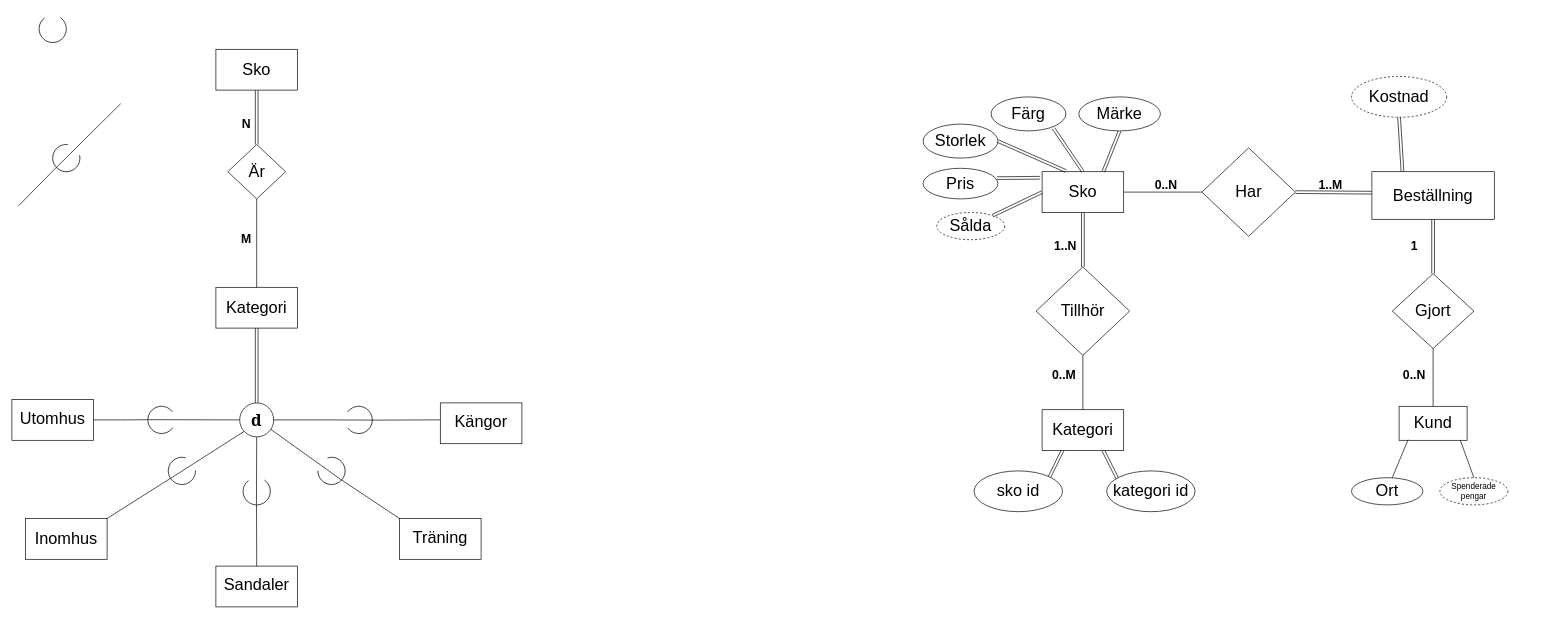
Before: Untitled Diagram.drawio in Sondaicus/Databasteknik-uppgift-1, a draw.io diagram. Source tidied: cells renumbered, new cells numbered last; positions are measured from the earlier drawing's top-left corner, leaving out a move shared by most shapes. Both pictures are drawn from the tidied source at 68%, with x=0, y=0 at pixel (12, 15).
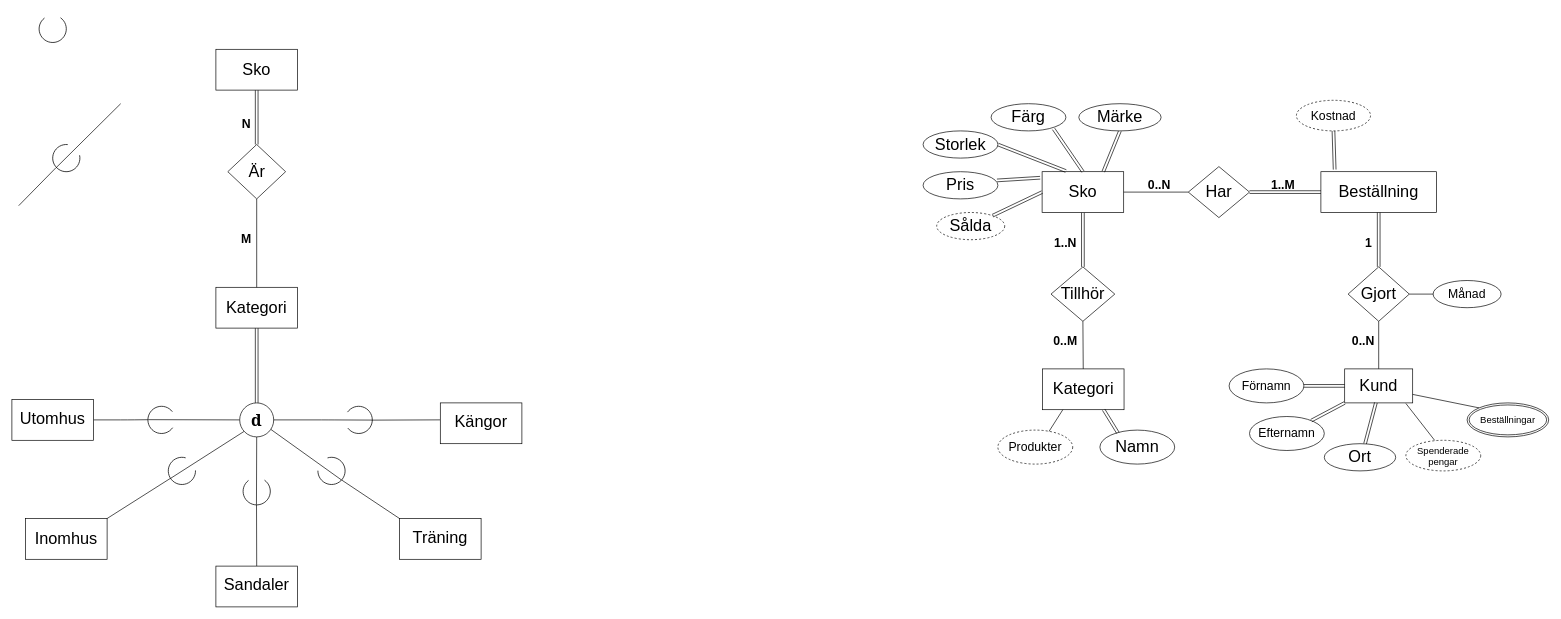
Above is the later version.

Change to the diagram source:
```diff
@@
     <mxCell id="37" value="&lt;font style=&quot;font-size: 24px&quot;&gt;Tillhör&lt;/font&gt;" style="rhombus;whiteSpace=wrap;html=1;" parent="1" vertex="1">
-      <mxGeometry x="1506.2" y="370" width="137.5" height="130" as="geometry" />
+      <mxGeometry x="1528.1" y="370" width="93.8" height="80" as="geometry" />
     </mxCell>
-    <mxCell id="38" style="edgeStyle=none;shape=link;rounded=0;jettySize=auto;html=1;exitX=0.75;exitY=1;exitDx=0;exitDy=0;entryX=0.154;entryY=0.333;entryDx=0;entryDy=0;entryPerimeter=0;" parent="1" edge="1" source="39" target="53">
-      <mxGeometry relative="1" as="geometry" />
-    </mxCell>
     <mxCell id="39" value="&lt;font style=&quot;font-size: 24px&quot;&gt;Kategori&lt;/font&gt;" style="rounded=0;whiteSpace=wrap;html=1;" parent="1" vertex="1">
-      <mxGeometry x="1515" y="580" width="120" height="60" as="geometry" />
+      <mxGeometry x="1515.5" y="520" width="120" height="60" as="geometry" />
     </mxCell>
@@
     <mxCell id="41" value="&lt;font style=&quot;font-size: 18px&quot;&gt;&lt;b&gt;1..N&lt;/b&gt;&lt;/font&gt;" style="text;html=1;strokeColor=none;fillColor=none;align=center;verticalAlign=middle;whiteSpace=wrap;rounded=0;" parent="1" vertex="1">
-      <mxGeometry x="1530" y="330" width="39" height="20" as="geometry" />
+      <mxGeometry x="1530" y="325" width="39" height="20" as="geometry" />
     </mxCell>
     <mxCell id="42" value="&lt;font style=&quot;font-size: 18px&quot;&gt;&lt;b&gt;0..M&lt;/b&gt;&lt;/font&gt;" style="text;html=1;strokeColor=none;fillColor=none;align=center;verticalAlign=middle;whiteSpace=wrap;rounded=0;" parent="1" vertex="1">
-      <mxGeometry x="1520" y="520" width="55" height="20" as="geometry" />
+      <mxGeometry x="1522" y="470" width="55" height="20" as="geometry" />
     </mxCell>
@@
     <mxCell id="44" value="&lt;font style=&quot;font-size: 24px&quot;&gt;Pris&lt;/font&gt;" style="ellipse;whiteSpace=wrap;html=1;" parent="1" vertex="1">
-      <mxGeometry x="1340" y="225" width="110" height="45" as="geometry" />
+      <mxGeometry x="1340" y="230" width="110" height="40" as="geometry" />
     </mxCell>
@@
     <mxCell id="46" value="&lt;font style=&quot;font-size: 24px&quot;&gt;Färg&lt;/font&gt;" style="ellipse;whiteSpace=wrap;html=1;" parent="1" vertex="1">
-      <mxGeometry x="1440" y="120" width="110" height="50" as="geometry" />
+      <mxGeometry x="1440" y="130" width="110" height="40" as="geometry" />
     </mxCell>
@@
     <mxCell id="48" value="&lt;font style=&quot;font-size: 24px&quot;&gt;Storlek&lt;/font&gt;" style="ellipse;whiteSpace=wrap;html=1;" parent="1" vertex="1">
-      <mxGeometry x="1340" y="160" width="110" height="50" as="geometry" />
+      <mxGeometry x="1340" y="170" width="110" height="40" as="geometry" />
     </mxCell>
@@
     <mxCell id="50" value="&lt;font style=&quot;font-size: 24px&quot;&gt;Märke&lt;/font&gt;" style="ellipse;whiteSpace=wrap;html=1;" parent="1" vertex="1">
-      <mxGeometry x="1569" y="120" width="120" height="50" as="geometry" />
+      <mxGeometry x="1569" y="130" width="121" height="40" as="geometry" />
     </mxCell>
-    <mxCell id="51" style="edgeStyle=none;shape=link;rounded=0;jettySize=auto;html=1;exitX=1;exitY=0;exitDx=0;exitDy=0;entryX=0.25;entryY=1;entryDx=0;entryDy=0;" parent="1" edge="1" source="52" target="39">
-      <mxGeometry relative="1" as="geometry" />
-    </mxCell>
-    <mxCell id="52" value="&lt;font style=&quot;font-size: 24px&quot;&gt;sko id&lt;/font&gt;" style="ellipse;whiteSpace=wrap;html=1;" parent="1" vertex="1">
-      <mxGeometry x="1415" y="670" width="130" height="60" as="geometry" />
-    </mxCell>
-    <mxCell id="53" value="&lt;font style=&quot;font-size: 24px&quot;&gt;kategori id&lt;/font&gt;" style="ellipse;whiteSpace=wrap;html=1;" parent="1" vertex="1">
-      <mxGeometry x="1610" y="670" width="130" height="60" as="geometry" />
-    </mxCell>
     <mxCell id="54" value="&lt;font style=&quot;font-size: 24px&quot;&gt;Beställning&lt;/font&gt;" style="rounded=0;whiteSpace=wrap;html=1;" parent="1" vertex="1">
-      <mxGeometry x="2000" y="230" width="180" height="70" as="geometry" />
+      <mxGeometry x="1925" y="230" width="170" height="60" as="geometry" />
     </mxCell>
     <mxCell id="55" value="&lt;font style=&quot;font-size: 24px&quot;&gt;Har&lt;/font&gt;" style="rhombus;whiteSpace=wrap;html=1;" parent="1" vertex="1">
-      <mxGeometry x="1750" y="195" width="137.5" height="130" as="geometry" />
+      <mxGeometry x="1730" y="222.5" width="90" height="75" as="geometry" />
     </mxCell>
-    <mxCell id="56" style="endArrow=none;html=1;entryX=1;entryY=0.5;entryDx=0;entryDy=0;exitX=-0.001;exitY=0.441;exitDx=0;exitDy=0;shape=link;exitPerimeter=0;" parent="1" edge="1" source="54" target="55">
-      <mxGeometry relative="1" as="geometry" />
+    <mxCell id="56" style="endArrow=none;html=1;entryX=1;entryY=0.5;entryDx=0;entryDy=0;shape=link;" parent="1" edge="1" target="55">
+      <mxGeometry relative="1" as="geometry">
+        <mxPoint x="1925" y="260" as="sourcePoint" />
+      </mxGeometry>
     </mxCell>
     <mxCell id="57" value="&lt;font style=&quot;font-size: 18px&quot;&gt;&lt;b&gt;1..M&lt;/b&gt;&lt;/font&gt;" style="text;html=1;strokeColor=none;fillColor=none;align=center;verticalAlign=middle;whiteSpace=wrap;rounded=0;" parent="1" vertex="1">
-      <mxGeometry x="1920" y="240" width="39" height="20" as="geometry" />
+      <mxGeometry x="1850" y="240" width="39" height="20" as="geometry" />
     </mxCell>
     <mxCell id="58" value="&lt;font style=&quot;font-size: 18px&quot;&gt;&lt;b&gt;0..N&lt;/b&gt;&lt;/font&gt;" style="text;html=1;strokeColor=none;fillColor=none;align=center;verticalAlign=middle;whiteSpace=wrap;rounded=0;" parent="1" vertex="1">
-      <mxGeometry x="1670" y="240" width="55" height="20" as="geometry" />
+      <mxGeometry x="1660" y="240" width="55" height="20" as="geometry" />
     </mxCell>
@@
-    <mxCell id="60" value="&lt;font style=&quot;font-size: 24px&quot;&gt;Kostnad&lt;/font&gt;" style="ellipse;whiteSpace=wrap;html=1;align=center;dashed=1;" parent="1" vertex="1">
-      <mxGeometry x="1970" y="90" width="140" height="60" as="geometry" />
+    <mxCell id="60" value="&lt;font style=&quot;font-size: 18px&quot;&gt;Kostnad&lt;/font&gt;" style="ellipse;whiteSpace=wrap;html=1;align=center;dashed=1;" parent="1" vertex="1">
+      <mxGeometry x="1889" y="125" width="109" height="45" as="geometry" />
     </mxCell>
-    <mxCell id="61" style="endArrow=none;html=1;entryX=0.5;entryY=1;entryDx=0;entryDy=0;exitX=0.25;exitY=0;exitDx=0;exitDy=0;shape=link;" parent="1" edge="1" source="54" target="60">
+    <mxCell id="61" style="endArrow=none;html=1;entryX=0.5;entryY=1;entryDx=0;entryDy=0;exitX=0.119;exitY=-0.052;exitDx=0;exitDy=0;shape=link;exitPerimeter=0;" parent="1" edge="1" source="54" target="60">
       <mxGeometry relative="1" as="geometry" />
     </mxCell>
     <mxCell id="62" value="&lt;font style=&quot;font-size: 24px&quot;&gt;Gjort&lt;/font&gt;" style="rhombus;whiteSpace=wrap;html=1;" parent="1" vertex="1">
-      <mxGeometry x="2030" y="380" width="120" height="110" as="geometry" />
+      <mxGeometry x="1965" y="370" width="90" height="80" as="geometry" />
     </mxCell>
@@
     <mxCell id="64" value="&lt;span style=&quot;font-size: 18px&quot;&gt;&lt;b&gt;1&lt;/b&gt;&lt;/span&gt;" style="text;html=1;strokeColor=none;fillColor=none;align=center;verticalAlign=middle;whiteSpace=wrap;rounded=0;" parent="1" vertex="1">
-      <mxGeometry x="2045" y="330" width="35" height="20" as="geometry" />
+      <mxGeometry x="1978" y="325" width="35" height="20" as="geometry" />
     </mxCell>
@@
     <mxCell id="66" value="&lt;font style=&quot;font-size: 24px&quot;&gt;Kund&lt;/font&gt;" style="rounded=0;whiteSpace=wrap;html=1;" parent="1" vertex="1">
-      <mxGeometry x="2040" y="575" width="100" height="50" as="geometry" />
+      <mxGeometry x="1960" y="520" width="100" height="50" as="geometry" />
     </mxCell>
     <mxCell id="67" value="&lt;font style=&quot;font-size: 18px&quot;&gt;&lt;b&gt;0..N&lt;/b&gt;&lt;/font&gt;" style="text;html=1;strokeColor=none;fillColor=none;align=center;verticalAlign=middle;whiteSpace=wrap;rounded=0;" parent="1" vertex="1">
-      <mxGeometry x="2040" y="520" width="45" height="20" as="geometry" />
+      <mxGeometry x="1965" y="470" width="45" height="20" as="geometry" />
     </mxCell>
     <mxCell id="68" value="&lt;font style=&quot;font-size: 24px&quot;&gt;Ort&lt;/font&gt;" style="ellipse;whiteSpace=wrap;html=1;" parent="1" vertex="1">
-      <mxGeometry x="1970" y="680" width="105" height="40" as="geometry" />
+      <mxGeometry x="1930" y="630" width="105" height="40" as="geometry" />
     </mxCell>
-    <mxCell id="69" style="endArrow=none;html=1;entryX=0.133;entryY=0.98;entryDx=0;entryDy=0;exitX=0.571;exitY=0;exitDx=0;exitDy=0;entryPerimeter=0;exitPerimeter=0;" parent="1" edge="1" source="68" target="66">
+    <mxCell id="69" style="endArrow=none;html=1;entryX=0.459;entryY=0.994;entryDx=0;entryDy=0;exitX=0.571;exitY=0;exitDx=0;exitDy=0;exitPerimeter=0;shape=link;entryPerimeter=0;" parent="1" edge="1" source="68" target="66">
       <mxGeometry relative="1" as="geometry" />
     </mxCell>
-    <mxCell id="70" value="&lt;font style=&quot;font-size: 12px&quot;&gt;Spenderade pengar&lt;/font&gt;" style="ellipse;whiteSpace=wrap;html=1;align=center;dashed=1;" parent="1" vertex="1">
-      <mxGeometry x="2100" y="680" width="100" height="40" as="geometry" />
+    <mxCell id="70" value="&lt;font style=&quot;font-size: 14px&quot;&gt;Spenderade pengar&lt;/font&gt;" style="ellipse;whiteSpace=wrap;html=1;align=center;dashed=1;" parent="1" vertex="1">
+      <mxGeometry x="2050" y="625" width="110" height="45" as="geometry" />
     </mxCell>
-    <mxCell id="71" style="endArrow=none;html=1;entryX=0.899;entryY=0.991;entryDx=0;entryDy=0;entryPerimeter=0;exitX=0.5;exitY=0;exitDx=0;exitDy=0;" parent="1" edge="1" source="70" target="66">
+    <mxCell id="71" style="endArrow=none;html=1;entryX=0.9;entryY=1.017;entryDx=0;entryDy=0;entryPerimeter=0;exitX=0.384;exitY=0;exitDx=0;exitDy=0;exitPerimeter=0;" parent="1" edge="1" source="70" target="66">
       <mxGeometry relative="1" as="geometry" />
     </mxCell>
@@
+    <mxCell id="74" value="&lt;font style=&quot;font-size: 18px&quot;&gt;Månad&lt;/font&gt;" style="ellipse;whiteSpace=wrap;html=1;" parent="1" vertex="1">
+      <mxGeometry x="2090" y="390" width="100" height="40" as="geometry" />
+    </mxCell>
+    <mxCell id="75" style="endArrow=none;html=1;entryX=0;entryY=0.5;entryDx=0;entryDy=0;exitX=1;exitY=0.5;exitDx=0;exitDy=0;" parent="1" edge="1" source="62" target="74">
+      <mxGeometry relative="1" as="geometry" />
+    </mxCell>
+    <mxCell id="76" value="&lt;font style=&quot;font-size: 18px&quot;&gt;Produkter&lt;/font&gt;" style="ellipse;whiteSpace=wrap;html=1;align=center;dashed=1;" parent="1" vertex="1">
+      <mxGeometry x="1450" y="610" width="110" height="50" as="geometry" />
+    </mxCell>
+    <mxCell id="77" style="endArrow=none;html=1;exitX=0.684;exitY=0.036;exitDx=0;exitDy=0;entryX=0.25;entryY=1;entryDx=0;entryDy=0;exitPerimeter=0;" parent="1" edge="1" source="76" target="39">
+      <mxGeometry relative="1" as="geometry" />
+    </mxCell>
+    <mxCell id="78" value="&lt;font style=&quot;font-size: 24px&quot;&gt;Namn&lt;/font&gt;" style="ellipse;whiteSpace=wrap;html=1;" parent="1" vertex="1">
+      <mxGeometry x="1600" y="610" width="110" height="50" as="geometry" />
+    </mxCell>
+    <mxCell id="79" style="endArrow=none;html=1;entryX=0.75;entryY=1;entryDx=0;entryDy=0;exitX=0.242;exitY=0.086;exitDx=0;exitDy=0;exitPerimeter=0;shape=link;" parent="1" edge="1" source="78" target="39">
+      <mxGeometry relative="1" as="geometry" />
+    </mxCell>
+    <mxCell id="80" value="&lt;font style=&quot;font-size: 18px&quot;&gt;Förnamn&lt;/font&gt;" style="ellipse;whiteSpace=wrap;html=1;" parent="1" vertex="1">
+      <mxGeometry x="1790" y="520" width="110" height="50" as="geometry" />
+    </mxCell>
+    <mxCell id="81" style="endArrow=none;html=1;entryX=0;entryY=0.5;entryDx=0;entryDy=0;exitX=1;exitY=0.5;exitDx=0;exitDy=0;shape=link;" parent="1" edge="1" source="80" target="66">
+      <mxGeometry relative="1" as="geometry" />
+    </mxCell>
+    <mxCell id="82" value="&lt;font style=&quot;font-size: 18px&quot;&gt;Efternamn&lt;/font&gt;" style="ellipse;whiteSpace=wrap;html=1;" parent="1" vertex="1">
+      <mxGeometry x="1820" y="590" width="110" height="50" as="geometry" />
+    </mxCell>
+    <mxCell id="83" style="endArrow=none;html=1;entryX=0;entryY=1;entryDx=0;entryDy=0;shape=link;" parent="1" edge="1" source="82" target="66">
+      <mxGeometry relative="1" as="geometry" />
+    </mxCell>
+    <mxCell id="84" style="endArrow=none;html=1;entryX=1;entryY=0.75;entryDx=0;entryDy=0;exitX=0;exitY=0;exitDx=0;exitDy=0;" parent="1" edge="1" source="85" target="66">
+      <mxGeometry relative="1" as="geometry" />
+    </mxCell>
+    <mxCell id="85" value="&lt;font style=&quot;font-size: 14px&quot;&gt;Beställningar&lt;/font&gt;" style="ellipse;shape=doubleEllipse;margin=3;whiteSpace=wrap;html=1;align=center;" parent="1" vertex="1">
+      <mxGeometry x="2140" y="570" width="120" height="50" as="geometry" />
+    </mxCell>
```
